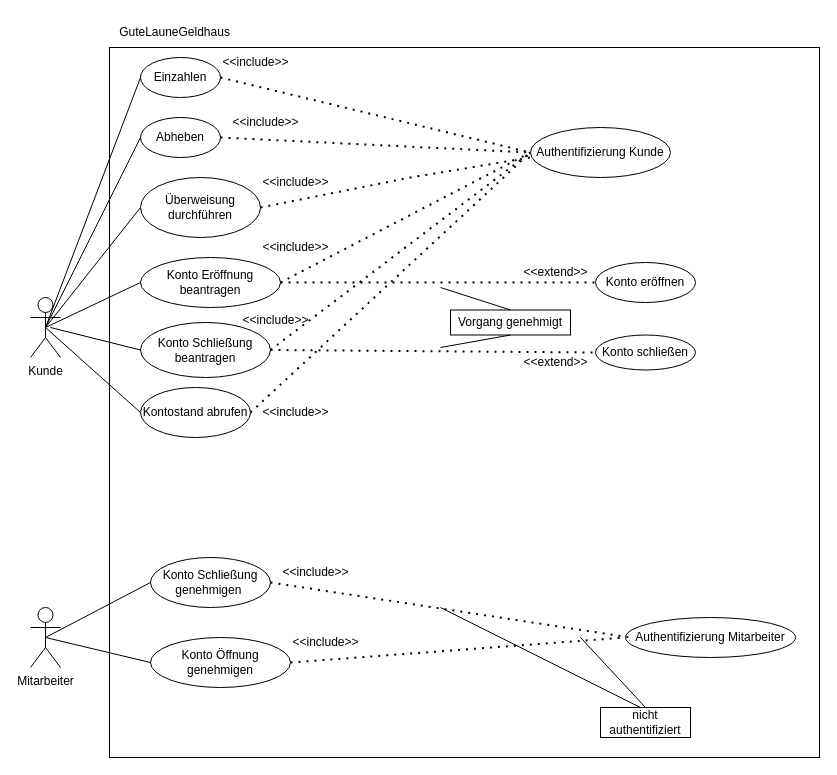
The draw.io diagram UseCase.drawio in Jo-Broo/GuteLauneGeldhaus, before the edit. Source tidied: cells renumbered, new cells numbered last; positions are measured from the earlier drawing's top-left corner, leaving out a move shared by most shapes. Both pictures are drawn from the tidied source at 100%, with x=0, y=0 at pixel (30, 17).
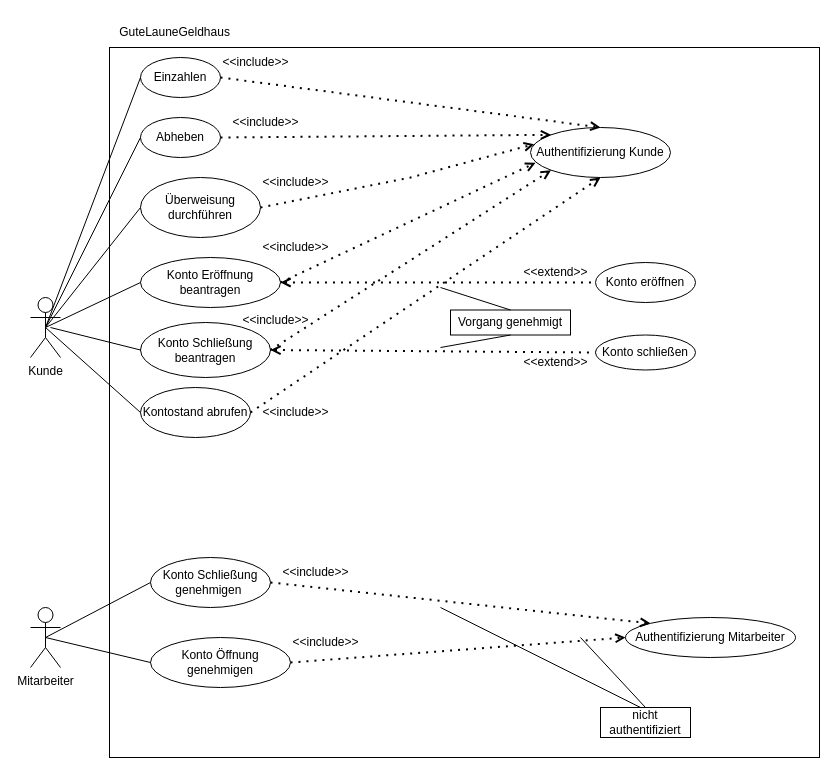
The same diagram, later.

Unchanged cells that the change refers to:
```xml
<mxCell id="5" value="Einzahlen" style="ellipse;whiteSpace=wrap;html=1;" parent="1" vertex="1">
  <mxGeometry x="110" y="40" width="80" height="40" as="geometry" />
</mxCell>
<mxCell id="6" value="Abheben" style="ellipse;whiteSpace=wrap;html=1;" parent="1" vertex="1">
  <mxGeometry x="110" y="100" width="80" height="40" as="geometry" />
</mxCell>
<mxCell id="7" value="Authentifizierung Kunde" style="ellipse;whiteSpace=wrap;html=1;" parent="1" vertex="1">
  <mxGeometry x="500" y="110" width="140" height="50" as="geometry" />
</mxCell>
<mxCell id="8" value="Kontostand abrufen" style="ellipse;whiteSpace=wrap;html=1;" parent="1" vertex="1">
  <mxGeometry x="110" y="370" width="110" height="50" as="geometry" />
</mxCell>
<mxCell id="9" value="Überweisung durchführen" style="ellipse;whiteSpace=wrap;html=1;" parent="1" vertex="1">
  <mxGeometry x="110" y="160" width="120" height="60" as="geometry" />
</mxCell>
<mxCell id="10" value="Konto eröffnen" style="ellipse;whiteSpace=wrap;html=1;" parent="1" vertex="1">
  <mxGeometry x="565" y="245" width="100" height="40" as="geometry" />
</mxCell>
<mxCell id="11" value="Konto schließen" style="ellipse;whiteSpace=wrap;html=1;" parent="1" vertex="1">
  <mxGeometry x="565" y="317.5" width="100" height="35" as="geometry" />
</mxCell>
<mxCell id="12" value="Authentifizierung Mitarbeiter" style="ellipse;whiteSpace=wrap;html=1;" parent="1" vertex="1">
  <mxGeometry x="595" y="600" width="170" height="40" as="geometry" />
</mxCell>
<mxCell id="17" value="Konto Öffnung genehmigen" style="ellipse;whiteSpace=wrap;html=1;" parent="1" vertex="1">
  <mxGeometry x="120" y="620" width="140" height="50" as="geometry" />
</mxCell>
<mxCell id="18" value="Konto Eröffnung beantragen" style="ellipse;whiteSpace=wrap;html=1;" parent="1" vertex="1">
  <mxGeometry x="110" y="240" width="140" height="50" as="geometry" />
</mxCell>
<mxCell id="19" value="Konto Schließung beantragen" style="ellipse;whiteSpace=wrap;html=1;" parent="1" vertex="1">
  <mxGeometry x="110" y="305" width="130" height="55" as="geometry" />
</mxCell>
<mxCell id="40" value="Konto Schließung genehmigen&amp;nbsp;" style="ellipse;whiteSpace=wrap;html=1;" parent="1" vertex="1">
  <mxGeometry x="120" y="540" width="120" height="50" as="geometry" />
</mxCell>
```

What changed in the source:
```diff
@@
-    <mxCell id="22" style="endArrow=none;dashed=1;html=1;dashPattern=1 3;strokeWidth=2;rounded=0;entryX=0;entryY=0.5;entryDx=0;entryDy=0;exitX=1;exitY=0.5;exitDx=0;exitDy=0;" parent="1" edge="1" source="19" target="11">
+    <mxCell id="22" style="endArrow=none;dashed=1;html=1;dashPattern=1 3;strokeWidth=2;rounded=0;entryX=0;entryY=0.5;entryDx=0;entryDy=0;exitX=1;exitY=0.5;exitDx=0;exitDy=0;startArrow=open;startFill=0;" parent="1" edge="1" source="19" target="11">
       <mxGeometry relative="1" as="geometry" />
     </mxCell>
-    <mxCell id="23" style="endArrow=none;dashed=1;html=1;dashPattern=1 3;strokeWidth=2;rounded=0;entryX=0;entryY=0.5;entryDx=0;entryDy=0;exitX=1;exitY=0.5;exitDx=0;exitDy=0;" parent="1" edge="1" source="17" target="12">
+    <mxCell id="23" style="endArrow=open;dashed=1;html=1;dashPattern=1 3;strokeWidth=2;rounded=0;entryX=0;entryY=0.5;entryDx=0;entryDy=0;exitX=1;exitY=0.5;exitDx=0;exitDy=0;endFill=0;" parent="1" edge="1" source="17" target="12">
       <mxGeometry relative="1" as="geometry" />
     </mxCell>
-    <mxCell id="24" style="endArrow=none;dashed=1;html=1;dashPattern=1 3;strokeWidth=2;rounded=0;entryX=0;entryY=0.5;entryDx=0;entryDy=0;exitX=1;exitY=0.5;exitDx=0;exitDy=0;" parent="1" edge="1" source="18" target="7">
+    <mxCell id="24" style="endArrow=open;dashed=1;html=1;dashPattern=1 3;strokeWidth=2;rounded=0;entryX=0.036;entryY=0.707;entryDx=0;entryDy=0;exitX=1;exitY=0.5;exitDx=0;exitDy=0;endFill=0;entryPerimeter=0;" parent="1" edge="1" source="18" target="7">
       <mxGeometry relative="1" as="geometry" />
     </mxCell>
-    <mxCell id="25" style="endArrow=none;dashed=1;html=1;dashPattern=1 3;strokeWidth=2;rounded=0;entryX=0;entryY=0.5;entryDx=0;entryDy=0;exitX=1;exitY=0.5;exitDx=0;exitDy=0;" parent="1" edge="1" source="19" target="7">
+    <mxCell id="25" style="endArrow=open;dashed=1;html=1;dashPattern=1 3;strokeWidth=2;rounded=0;entryX=0;entryY=1;entryDx=0;entryDy=0;exitX=1;exitY=0.5;exitDx=0;exitDy=0;endFill=0;" parent="1" edge="1" source="19" target="7">
       <mxGeometry relative="1" as="geometry" />
     </mxCell>
@@
-    <mxCell id="27" style="endArrow=none;dashed=1;html=1;dashPattern=1 3;strokeWidth=2;rounded=0;entryX=0;entryY=0.5;entryDx=0;entryDy=0;exitX=1;exitY=0.5;exitDx=0;exitDy=0;" parent="1" edge="1" source="5" target="7">
+    <mxCell id="27" style="endArrow=open;dashed=1;html=1;dashPattern=1 3;strokeWidth=2;rounded=0;entryX=0.5;entryY=0;entryDx=0;entryDy=0;exitX=1;exitY=0.5;exitDx=0;exitDy=0;endFill=0;" parent="1" edge="1" source="5" target="7">
       <mxGeometry relative="1" as="geometry" />
     </mxCell>
-    <mxCell id="28" style="endArrow=none;dashed=1;html=1;dashPattern=1 3;strokeWidth=2;rounded=0;entryX=0;entryY=0.5;entryDx=0;entryDy=0;exitX=1;exitY=0.5;exitDx=0;exitDy=0;" parent="1" edge="1" source="6" target="7">
+    <mxCell id="28" style="endArrow=open;dashed=1;html=1;dashPattern=1 3;strokeWidth=2;rounded=0;entryX=0;entryY=0;entryDx=0;entryDy=0;exitX=1;exitY=0.5;exitDx=0;exitDy=0;endFill=0;" parent="1" edge="1" source="6" target="7">
       <mxGeometry relative="1" as="geometry" />
     </mxCell>
-    <mxCell id="29" style="endArrow=none;dashed=1;html=1;dashPattern=1 3;strokeWidth=2;rounded=0;exitX=1;exitY=0.5;exitDx=0;exitDy=0;" parent="1" edge="1" source="9">
+    <mxCell id="29" style="endArrow=open;dashed=1;html=1;dashPattern=1 3;strokeWidth=2;rounded=0;exitX=1;exitY=0.5;exitDx=0;exitDy=0;endFill=0;entryX=0.026;entryY=0.333;entryDx=0;entryDy=0;entryPerimeter=0;" parent="1" edge="1" source="9" target="7">
       <mxGeometry relative="1" as="geometry">
-        <mxPoint x="500" y="140" as="targetPoint" />
         <Array as="points">
           <mxPoint x="380" y="160" />
         </Array>
       </mxGeometry>
     </mxCell>
-    <mxCell id="30" style="endArrow=none;dashed=1;html=1;dashPattern=1 3;strokeWidth=2;rounded=0;entryX=0;entryY=0.5;entryDx=0;entryDy=0;exitX=1;exitY=0.5;exitDx=0;exitDy=0;" parent="1" edge="1" source="8" target="7">
+    <mxCell id="30" style="endArrow=open;dashed=1;html=1;dashPattern=1 3;strokeWidth=2;rounded=0;entryX=0.5;entryY=1;entryDx=0;entryDy=0;exitX=1;exitY=0.5;exitDx=0;exitDy=0;endFill=0;" parent="1" edge="1" source="8" target="7">
       <mxGeometry relative="1" as="geometry" />
     </mxCell>
@@
-    <mxCell id="35" style="endArrow=none;dashed=1;html=1;dashPattern=1 3;strokeWidth=2;rounded=0;entryX=0;entryY=0.5;entryDx=0;entryDy=0;exitX=1;exitY=0.5;exitDx=0;exitDy=0;" parent="1" edge="1" source="18" target="10">
+    <mxCell id="35" style="endArrow=none;dashed=1;html=1;dashPattern=1 3;strokeWidth=2;rounded=0;entryX=0;entryY=0.5;entryDx=0;entryDy=0;exitX=1;exitY=0.5;exitDx=0;exitDy=0;startArrow=open;startFill=0;" parent="1" edge="1" source="18" target="10">
       <mxGeometry relative="1" as="geometry" />
     </mxCell>
@@
-    <mxCell id="41" style="endArrow=none;dashed=1;html=1;dashPattern=1 3;strokeWidth=2;rounded=0;exitX=1;exitY=0.5;exitDx=0;exitDy=0;" parent="1" edge="1" source="40">
-      <mxGeometry relative="1" as="geometry">
-        <mxPoint x="600" y="620" as="targetPoint" />
-      </mxGeometry>
+    <mxCell id="41" style="endArrow=open;dashed=1;html=1;dashPattern=1 3;strokeWidth=2;rounded=0;exitX=1;exitY=0.5;exitDx=0;exitDy=0;endFill=0;entryX=0;entryY=0;entryDx=0;entryDy=0;" parent="1" edge="1" source="40" target="12">
+      <mxGeometry relative="1" as="geometry" />
     </mxCell>
```
